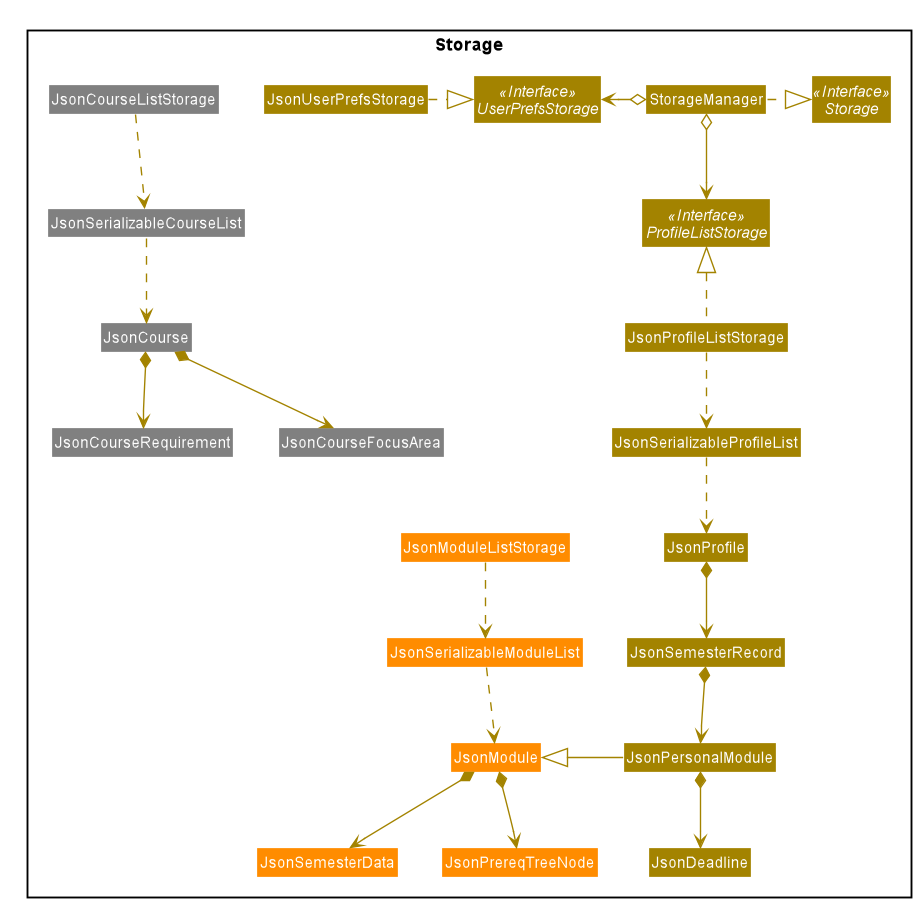
nus-cs2103-AY1920S2/addressbook-level3 keeps this PlantUML diagram as docs/images/StorageClassDiagram.png. Above is the earlier version.
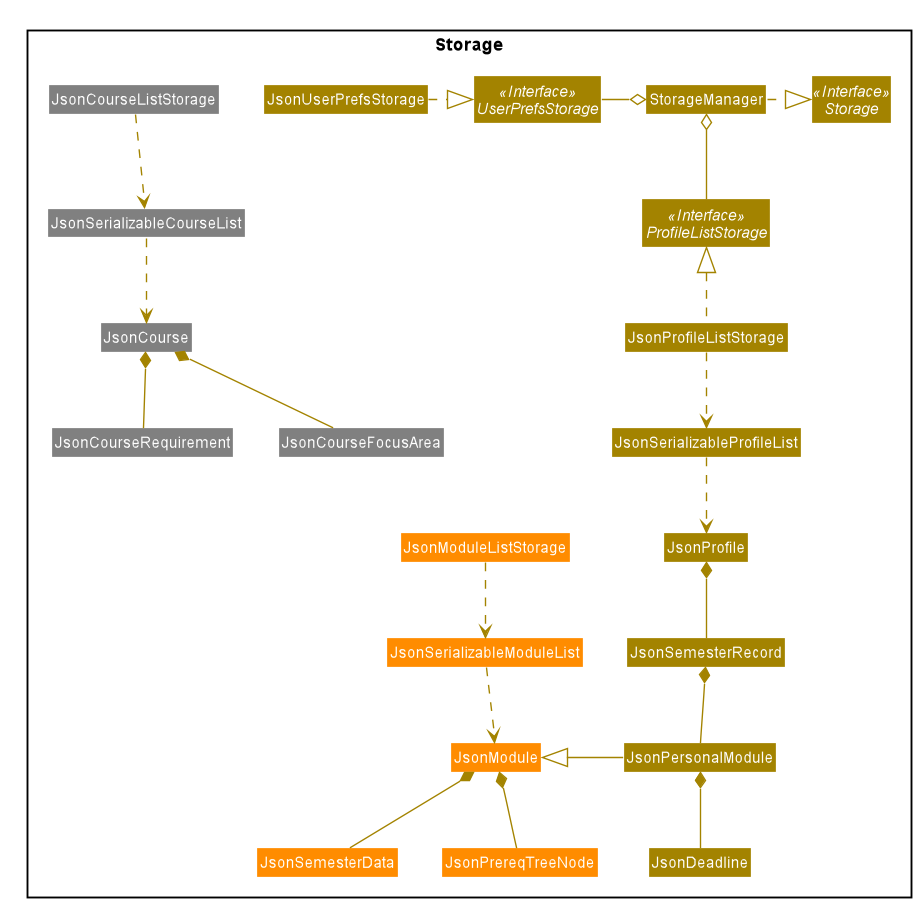
Later version of the same file.

Commit message:
Removed arrow heads from composition arrows in DG

The edit, as a diff of the source:
```diff
@@ -81,25 +81,25 @@
 }
 
 StorageManager .right.|> Storage
-StorageManager o-left-> UserPrefsStorage
-StorageManager o--> ProfileListStorage
+StorageManager o-left- UserPrefsStorage
+StorageManager o-- ProfileListStorage
 
 JsonUserPrefsStorage .right.|> UserPrefsStorage
 JsonProfileListStorage .up.|> ProfileListStorage
 JsonProfileListStorage .down.> JsonSerializableProfileList
 JsonSerializableProfileList .down.> JsonProfile
-JsonProfile *-down-> JsonSemesterRecord
-JsonSemesterRecord *-down-> JsonPersonalModule
-JsonPersonalModule *-down-> JsonDeadline
+JsonProfile *-down- JsonSemesterRecord
+JsonSemesterRecord *-down- JsonPersonalModule
+JsonPersonalModule *-down- JsonDeadline
 JsonPersonalModule -left-|> JsonModule
 
 JsonModuleListStorage .down.> JsonSerializableModuleList
 JsonSerializableModuleList .down.> JsonModule
-JsonModule *-down-> JsonSemesterData
-JsonModule *-down-> JsonPrereqTreeNode
+JsonModule *-down- JsonSemesterData
+JsonModule *-down- JsonPrereqTreeNode
 
 JsonCourseListStorage .down.> JsonSerializableCourseList
 JsonSerializableCourseList .down.> JsonCourse
-JsonCourse *-down-> JsonCourseRequirement
-JsonCourse *-down-> JsonCourseFocusArea
+JsonCourse *-down- JsonCourseRequirement
+JsonCourse *-down- JsonCourseFocusArea
 @enduml
```
